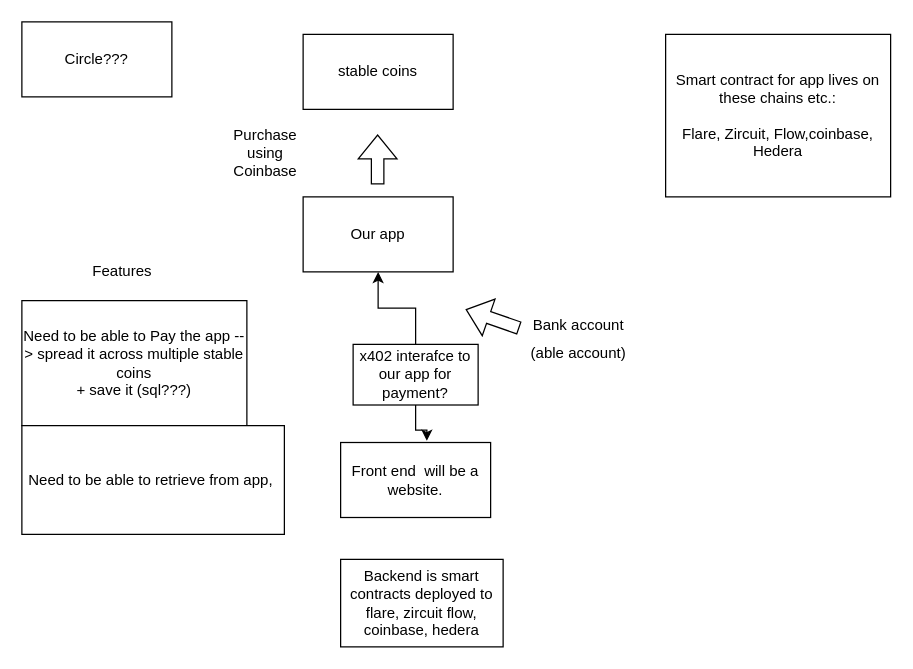
Before: diagram.drawio in Butterfliesinspacejoe/ABLEfid, a draw.io diagram. Source tidied: cells renumbered, new cells numbered last; positions are measured from the earlier drawing's top-left corner, leaving out a move shared by most shapes. Both pictures are drawn from the tidied source at 125%, with x=0, y=0 at pixel (21, 21).
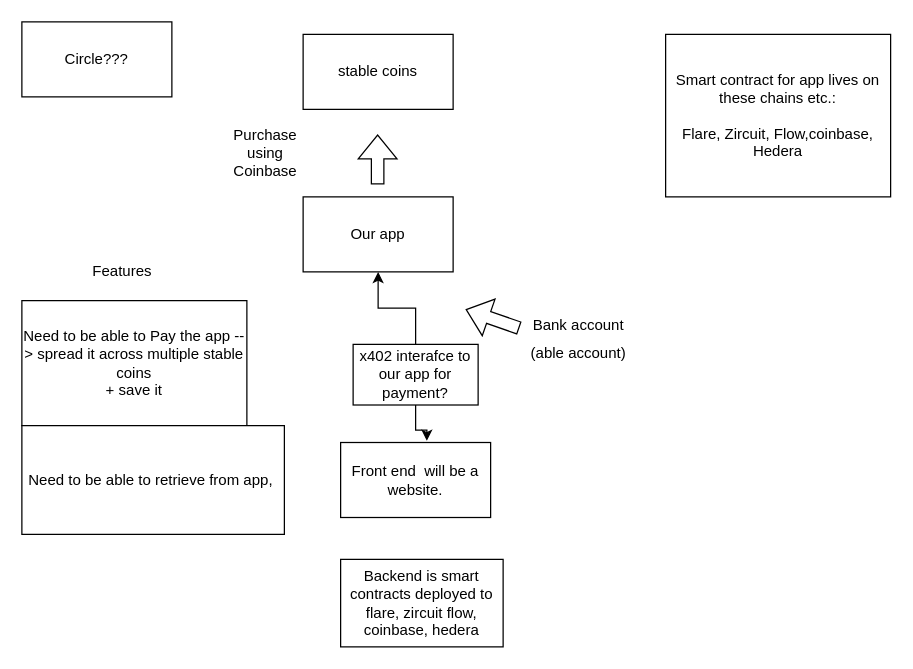
Above is the later version.

The edit, as a diff of the source:
```diff
@@
-    <mxCell id="10" value="&lt;div&gt;Need to be able to Pay the app --&amp;gt; spread it across multiple stable coins&lt;/div&gt;&lt;div&gt;+ save it (sql???)&lt;/div&gt;" style="rounded=0;whiteSpace=wrap;html=1;" parent="1" vertex="1">
+    <mxCell id="10" value="&lt;div&gt;Need to be able to Pay the app --&amp;gt; spread it across multiple stable coins&lt;/div&gt;&lt;div&gt;+ save it&lt;/div&gt;" style="rounded=0;whiteSpace=wrap;html=1;" parent="1" vertex="1">
       <mxGeometry y="223" width="180" height="100" as="geometry" />
     </mxCell>
```
